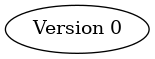
Before: TehniciWeb/Project/scripts/diagram.png, a diagram exported from Graphviz (theodormoroianu/FirstYearCourses). Its source is kept beside it as TehniciWeb/Project/scripts/diagram.gv.
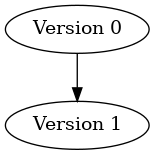
After the commit.

The edit, as a diff of the source:
```diff
@@ -1,3 +1,5 @@
 digraph G {
     "Version 0";
+    "Version 1";
+    "Version 0" -> "Version 1";
 }
```
